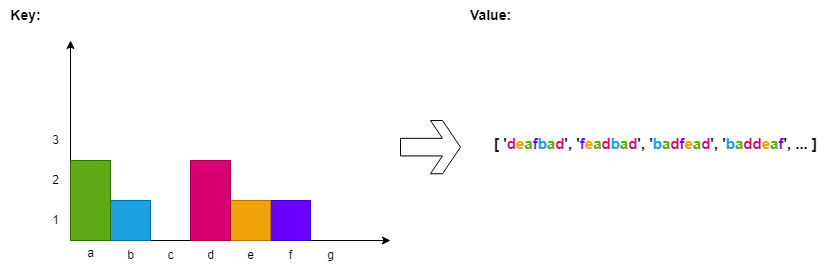
Before: Python3/img/GroupAnagrams.png, a diagram exported from draw.io (ashiven/leetcode-solutions). Source tidied: cells renumbered, new cells last; positions are measured from the earlier drawing's top-left corner, leaving out a move shared by most shapes.
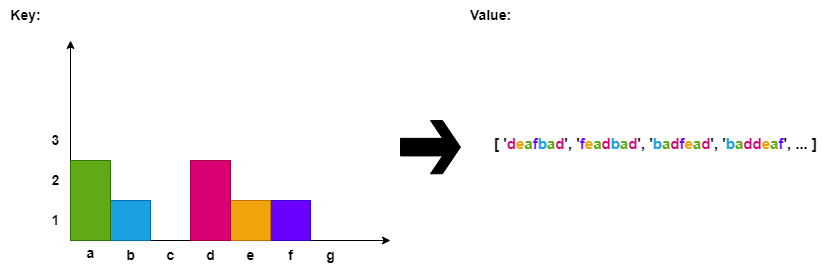
After the change.

Diff of the diagram source:
```diff
@@ -1,73 +1,73 @@
-<mxGraphModel>
+<mxGraphModel background="#ffffff">
   <root>
     <mxCell id="0" />
     <mxCell id="1" parent="0" />
-    <mxCell id="2" style="endArrow=classic;html=1;rounded=0;strokeColor=#000000;" parent="1" edge="1">
+    <mxCell id="2" style="endArrow=classic;html=1;rounded=0;strokeColor=#000000;fontSize=14;fontStyle=1;" parent="1" edge="1">
       <mxGeometry relative="1" as="geometry">
         <mxPoint x="70" y="240" as="sourcePoint" />
         <mxPoint x="70" y="40" as="targetPoint" />
       </mxGeometry>
     </mxCell>
-    <mxCell id="3" style="endArrow=classic;html=1;rounded=0;strokeColor=#000000;exitX=1;exitY=1;exitDx=0;exitDy=0;" parent="1" edge="1" source="18">
+    <mxCell id="3" style="endArrow=classic;html=1;rounded=0;strokeColor=#000000;exitX=1;exitY=1;exitDx=0;exitDy=0;fontSize=14;fontStyle=1;" parent="1" edge="1" source="18">
       <mxGeometry relative="1" as="geometry">
         <mxPoint x="390" y="240" as="targetPoint" />
       </mxGeometry>
     </mxCell>
-    <mxCell id="4" value="&lt;font color=&quot;#000000&quot;&gt;a&lt;/font&gt;" style="text;html=1;align=center;verticalAlign=middle;strokeColor=none;fillColor=none;" parent="1" vertex="1">
+    <mxCell id="4" value="&lt;font color=&quot;#000000&quot; style=&quot;font-size: 14px;&quot;&gt;a&lt;/font&gt;" style="text;html=1;align=center;verticalAlign=middle;strokeColor=none;fillColor=none;fontSize=14;fontStyle=1;" parent="1" vertex="1">
       <mxGeometry x="75" y="238" width="30" height="30" as="geometry" />
     </mxCell>
-    <mxCell id="5" value="&lt;font color=&quot;#000000&quot;&gt;b&lt;/font&gt;" style="text;html=1;align=center;verticalAlign=middle;strokeColor=none;fillColor=none;" parent="1" vertex="1">
+    <mxCell id="5" value="&lt;font color=&quot;#000000&quot; style=&quot;font-size: 14px;&quot;&gt;b&lt;/font&gt;" style="text;html=1;align=center;verticalAlign=middle;strokeColor=none;fillColor=none;fontSize=14;fontStyle=1;" parent="1" vertex="1">
       <mxGeometry x="115" y="240" width="30" height="30" as="geometry" />
     </mxCell>
-    <mxCell id="6" style="rounded=0;whiteSpace=wrap;html=1;direction=south;fillColor=#6a00ff;fontColor=#ffffff;strokeColor=#3700CC;" parent="1" vertex="1">
+    <mxCell id="6" style="rounded=0;whiteSpace=wrap;html=1;direction=south;fillColor=#6a00ff;fontColor=#ffffff;strokeColor=#3700CC;fontSize=14;fontStyle=1;" parent="1" vertex="1">
       <mxGeometry x="270" y="200" width="40" height="40" as="geometry" />
     </mxCell>
-    <mxCell id="7" value="&lt;font color=&quot;#000000&quot;&gt;c&lt;/font&gt;" style="text;html=1;align=center;verticalAlign=middle;strokeColor=none;fillColor=none;" parent="1" vertex="1">
+    <mxCell id="7" value="&lt;font color=&quot;#000000&quot; style=&quot;font-size: 14px;&quot;&gt;c&lt;/font&gt;" style="text;html=1;align=center;verticalAlign=middle;strokeColor=none;fillColor=none;fontSize=14;fontStyle=1;" parent="1" vertex="1">
       <mxGeometry x="155" y="240" width="30" height="30" as="geometry" />
     </mxCell>
-    <mxCell id="8" value="&lt;font color=&quot;#000000&quot;&gt;d&lt;/font&gt;" style="text;html=1;align=center;verticalAlign=middle;strokeColor=none;fillColor=none;" parent="1" vertex="1">
+    <mxCell id="8" value="&lt;font color=&quot;#000000&quot; style=&quot;font-size: 14px;&quot;&gt;d&lt;/font&gt;" style="text;html=1;align=center;verticalAlign=middle;strokeColor=none;fillColor=none;fontSize=14;fontStyle=1;" parent="1" vertex="1">
       <mxGeometry x="195" y="240" width="30" height="30" as="geometry" />
     </mxCell>
-    <mxCell id="9" value="&lt;font color=&quot;#000000&quot;&gt;e&lt;/font&gt;" style="text;html=1;align=center;verticalAlign=middle;strokeColor=none;fillColor=none;" parent="1" vertex="1">
+    <mxCell id="9" value="&lt;font color=&quot;#000000&quot; style=&quot;font-size: 14px;&quot;&gt;e&lt;/font&gt;" style="text;html=1;align=center;verticalAlign=middle;strokeColor=none;fillColor=none;fontSize=14;fontStyle=1;" parent="1" vertex="1">
       <mxGeometry x="235" y="240" width="30" height="30" as="geometry" />
     </mxCell>
-    <mxCell id="10" value="&lt;font color=&quot;#000000&quot;&gt;f&lt;/font&gt;" style="text;html=1;align=center;verticalAlign=middle;strokeColor=none;fillColor=none;" parent="1" vertex="1">
+    <mxCell id="10" value="&lt;font color=&quot;#000000&quot; style=&quot;font-size: 14px;&quot;&gt;f&lt;/font&gt;" style="text;html=1;align=center;verticalAlign=middle;strokeColor=none;fillColor=none;fontSize=14;fontStyle=1;" parent="1" vertex="1">
       <mxGeometry x="275" y="240" width="30" height="30" as="geometry" />
     </mxCell>
-    <mxCell id="11" value="&lt;font color=&quot;#000000&quot;&gt;g&lt;/font&gt;" style="text;html=1;align=center;verticalAlign=middle;strokeColor=none;fillColor=none;" parent="1" vertex="1">
+    <mxCell id="11" value="&lt;font color=&quot;#000000&quot; style=&quot;font-size: 14px;&quot;&gt;g&lt;/font&gt;" style="text;html=1;align=center;verticalAlign=middle;strokeColor=none;fillColor=none;fontSize=14;fontStyle=1;" parent="1" vertex="1">
       <mxGeometry x="315" y="240" width="30" height="30" as="geometry" />
     </mxCell>
-    <mxCell id="12" style="rounded=0;whiteSpace=wrap;html=1;direction=south;fillColor=#f0a30a;fontColor=#000000;strokeColor=#BD7000;" parent="1" vertex="1">
+    <mxCell id="12" style="rounded=0;whiteSpace=wrap;html=1;direction=south;fillColor=#f0a30a;fontColor=#000000;strokeColor=#BD7000;fontSize=14;fontStyle=1;" parent="1" vertex="1">
       <mxGeometry x="230" y="200" width="40" height="40" as="geometry" />
     </mxCell>
-    <mxCell id="13" style="rounded=0;whiteSpace=wrap;html=1;direction=south;fillColor=#d80073;fontColor=#ffffff;strokeColor=#A50040;" parent="1" vertex="1">
+    <mxCell id="13" style="rounded=0;whiteSpace=wrap;html=1;direction=south;fillColor=#d80073;fontColor=#ffffff;strokeColor=#A50040;fontSize=14;fontStyle=1;" parent="1" vertex="1">
       <mxGeometry x="190" y="160" width="40" height="80" as="geometry" />
     </mxCell>
-    <mxCell id="14" value="&lt;font color=&quot;#000000&quot;&gt;1&lt;/font&gt;" style="text;html=1;align=center;verticalAlign=middle;strokeColor=none;fillColor=none;" parent="1" vertex="1">
+    <mxCell id="14" value="&lt;font color=&quot;#000000&quot; style=&quot;font-size: 14px;&quot;&gt;1&lt;/font&gt;" style="text;html=1;align=center;verticalAlign=middle;strokeColor=none;fillColor=none;fontSize=14;fontStyle=1;" parent="1" vertex="1">
       <mxGeometry x="40" y="205" width="30" height="30" as="geometry" />
     </mxCell>
-    <mxCell id="15" value="&lt;font color=&quot;#000000&quot;&gt;2&lt;/font&gt;" style="text;html=1;align=center;verticalAlign=middle;strokeColor=none;fillColor=none;" parent="1" vertex="1">
+    <mxCell id="15" value="&lt;font color=&quot;#000000&quot; style=&quot;font-size: 14px;&quot;&gt;2&lt;/font&gt;" style="text;html=1;align=center;verticalAlign=middle;strokeColor=none;fillColor=none;fontSize=14;fontStyle=1;" parent="1" vertex="1">
       <mxGeometry x="40" y="165" width="30" height="30" as="geometry" />
     </mxCell>
-    <mxCell id="16" value="&lt;font color=&quot;#000000&quot;&gt;3&lt;/font&gt;" style="text;html=1;align=center;verticalAlign=middle;strokeColor=none;fillColor=none;" parent="1" vertex="1">
+    <mxCell id="16" value="&lt;font color=&quot;#000000&quot; style=&quot;font-size: 14px;&quot;&gt;3&lt;/font&gt;" style="text;html=1;align=center;verticalAlign=middle;strokeColor=none;fillColor=none;fontSize=14;fontStyle=1;" parent="1" vertex="1">
       <mxGeometry x="40" y="125" width="30" height="30" as="geometry" />
     </mxCell>
-    <mxCell id="17" style="rounded=0;whiteSpace=wrap;html=1;direction=south;fillColor=#1ba1e2;fontColor=#ffffff;strokeColor=#006EAF;" parent="1" vertex="1">
+    <mxCell id="17" style="rounded=0;whiteSpace=wrap;html=1;direction=south;fillColor=#1ba1e2;fontColor=#ffffff;strokeColor=#006EAF;fontSize=14;fontStyle=1;" parent="1" vertex="1">
       <mxGeometry x="110" y="200" width="40" height="40" as="geometry" />
     </mxCell>
-    <mxCell id="18" style="rounded=0;whiteSpace=wrap;html=1;direction=south;fillColor=#60a917;fontColor=#ffffff;strokeColor=#2D7600;" parent="1" vertex="1">
+    <mxCell id="18" style="rounded=0;whiteSpace=wrap;html=1;direction=south;fillColor=#60a917;fontColor=#ffffff;strokeColor=#2D7600;fontSize=14;fontStyle=1;" parent="1" vertex="1">
       <mxGeometry x="70" y="160" width="40" height="80" as="geometry" />
     </mxCell>
-    <mxCell id="19" value="&lt;font size=&quot;1&quot; color=&quot;#000000&quot;&gt;&lt;b style=&quot;font-size: 14px;&quot;&gt;Key:&lt;/b&gt;&lt;/font&gt;" style="text;html=1;align=center;verticalAlign=middle;strokeColor=none;fillColor=none;" parent="1" vertex="1">
+    <mxCell id="19" value="&lt;font color=&quot;#000000&quot; style=&quot;font-size: 14px;&quot;&gt;&lt;span style=&quot;font-size: 14px;&quot;&gt;Key:&lt;/span&gt;&lt;/font&gt;" style="text;html=1;align=center;verticalAlign=middle;strokeColor=none;fillColor=none;fontSize=14;fontStyle=1;" parent="1" vertex="1">
       <mxGeometry width="50" height="30" as="geometry" />
     </mxCell>
-    <mxCell id="20" value="&lt;font size=&quot;1&quot; color=&quot;#000000&quot;&gt;&lt;b style=&quot;font-size: 14px;&quot;&gt;Value:&lt;/b&gt;&lt;/font&gt;" style="text;html=1;align=center;verticalAlign=middle;strokeColor=none;fillColor=none;" parent="1" vertex="1">
+    <mxCell id="20" value="&lt;font color=&quot;#000000&quot; style=&quot;font-size: 14px;&quot;&gt;&lt;span style=&quot;font-size: 14px;&quot;&gt;Value:&lt;/span&gt;&lt;/font&gt;" style="text;html=1;align=center;verticalAlign=middle;strokeColor=none;fillColor=none;fontSize=14;fontStyle=1;" parent="1" vertex="1">
       <mxGeometry x="460" width="60" height="30" as="geometry" />
     </mxCell>
     <mxCell id="21" value="&lt;font style=&quot;font-size: 15px;&quot;&gt;&lt;b style=&quot;font-size: 15px;&quot;&gt;&lt;font color=&quot;#000000&quot;&gt;[ '&lt;/font&gt;&lt;font color=&quot;#d80073&quot;&gt;d&lt;/font&gt;&lt;font color=&quot;#f0a30a&quot;&gt;e&lt;/font&gt;&lt;font color=&quot;#60a917&quot;&gt;a&lt;/font&gt;&lt;font color=&quot;#6a00ff&quot;&gt;f&lt;/font&gt;&lt;font color=&quot;#1ba1e2&quot;&gt;b&lt;/font&gt;&lt;/b&gt;&lt;b&gt;&lt;font color=&quot;#60a917&quot;&gt;a&lt;/font&gt;&lt;/b&gt;&lt;b&gt;&lt;font color=&quot;#d80073&quot;&gt;d&lt;/font&gt;&lt;/b&gt;&lt;b style=&quot;font-size: 15px;&quot;&gt;&lt;font color=&quot;#000000&quot;&gt;', '&lt;/font&gt;&lt;font color=&quot;#6a00ff&quot;&gt;f&lt;/font&gt;&lt;font color=&quot;#f0a30a&quot;&gt;e&lt;/font&gt;&lt;/b&gt;&lt;b&gt;&lt;font color=&quot;#60a917&quot;&gt;a&lt;/font&gt;&lt;/b&gt;&lt;b&gt;&lt;font color=&quot;#d80073&quot;&gt;d&lt;/font&gt;&lt;/b&gt;&lt;b style=&quot;font-size: 15px;&quot;&gt;&lt;font color=&quot;#1ba1e2&quot;&gt;b&lt;/font&gt;&lt;/b&gt;&lt;b&gt;&lt;font color=&quot;#60a917&quot;&gt;a&lt;/font&gt;&lt;/b&gt;&lt;b&gt;&lt;font color=&quot;#d80073&quot;&gt;d&lt;/font&gt;&lt;/b&gt;&lt;b style=&quot;font-size: 15px;&quot;&gt;&lt;font color=&quot;#000000&quot;&gt;', '&lt;/font&gt;&lt;font color=&quot;#1ba1e2&quot;&gt;b&lt;/font&gt;&lt;/b&gt;&lt;b&gt;&lt;font color=&quot;#60a917&quot;&gt;a&lt;/font&gt;&lt;/b&gt;&lt;b&gt;&lt;font color=&quot;#d80073&quot;&gt;d&lt;/font&gt;&lt;/b&gt;&lt;b style=&quot;font-size: 15px;&quot;&gt;&lt;font color=&quot;#6a00ff&quot;&gt;f&lt;/font&gt;&lt;font color=&quot;#f0a30a&quot;&gt;e&lt;/font&gt;&lt;/b&gt;&lt;b&gt;&lt;font color=&quot;#60a917&quot;&gt;a&lt;/font&gt;&lt;/b&gt;&lt;b&gt;&lt;font color=&quot;#d80073&quot;&gt;d&lt;/font&gt;&lt;/b&gt;&lt;b style=&quot;font-size: 15px;&quot;&gt;&lt;font color=&quot;#000000&quot;&gt;', '&lt;/font&gt;&lt;font color=&quot;#1ba1e2&quot;&gt;b&lt;/font&gt;&lt;/b&gt;&lt;b&gt;&lt;font color=&quot;#60a917&quot;&gt;a&lt;/font&gt;&lt;/b&gt;&lt;b&gt;&lt;font color=&quot;#d80073&quot;&gt;d&lt;/font&gt;&lt;/b&gt;&lt;b&gt;&lt;font color=&quot;#d80073&quot;&gt;d&lt;/font&gt;&lt;/b&gt;&lt;b style=&quot;font-size: 15px;&quot;&gt;&lt;font color=&quot;#f0a30a&quot;&gt;e&lt;/font&gt;&lt;/b&gt;&lt;b&gt;&lt;font color=&quot;#60a917&quot;&gt;a&lt;/font&gt;&lt;/b&gt;&lt;b style=&quot;font-size: 15px;&quot;&gt;&lt;font color=&quot;#6a00ff&quot;&gt;f&lt;/font&gt;&lt;font color=&quot;#000000&quot;&gt;', ... ]&lt;/font&gt;&lt;/b&gt;&lt;/font&gt;" style="text;html=1;align=center;verticalAlign=middle;strokeColor=none;fillColor=none;fontSize=15;" parent="1" vertex="1">
       <mxGeometry x="480" y="128.2" width="350" height="30" as="geometry" />
     </mxCell>
-    <mxCell id="22" style="html=1;shadow=0;dashed=0;align=center;verticalAlign=middle;shape=mxgraph.arrows2.sharpArrow;dy1=0.67;dx1=18;dx2=18;notch=0;" parent="1" vertex="1">
+    <mxCell id="22" style="html=1;shadow=0;dashed=0;align=center;verticalAlign=middle;shape=mxgraph.arrows2.sharpArrow;dy1=0.67;dx1=18;dx2=18;notch=0;fillColor=#000000;fontSize=14;fontStyle=1;" parent="1" vertex="1">
       <mxGeometry x="400" y="120" width="60" height="53.2" as="geometry" />
     </mxCell>
   </root>
```
